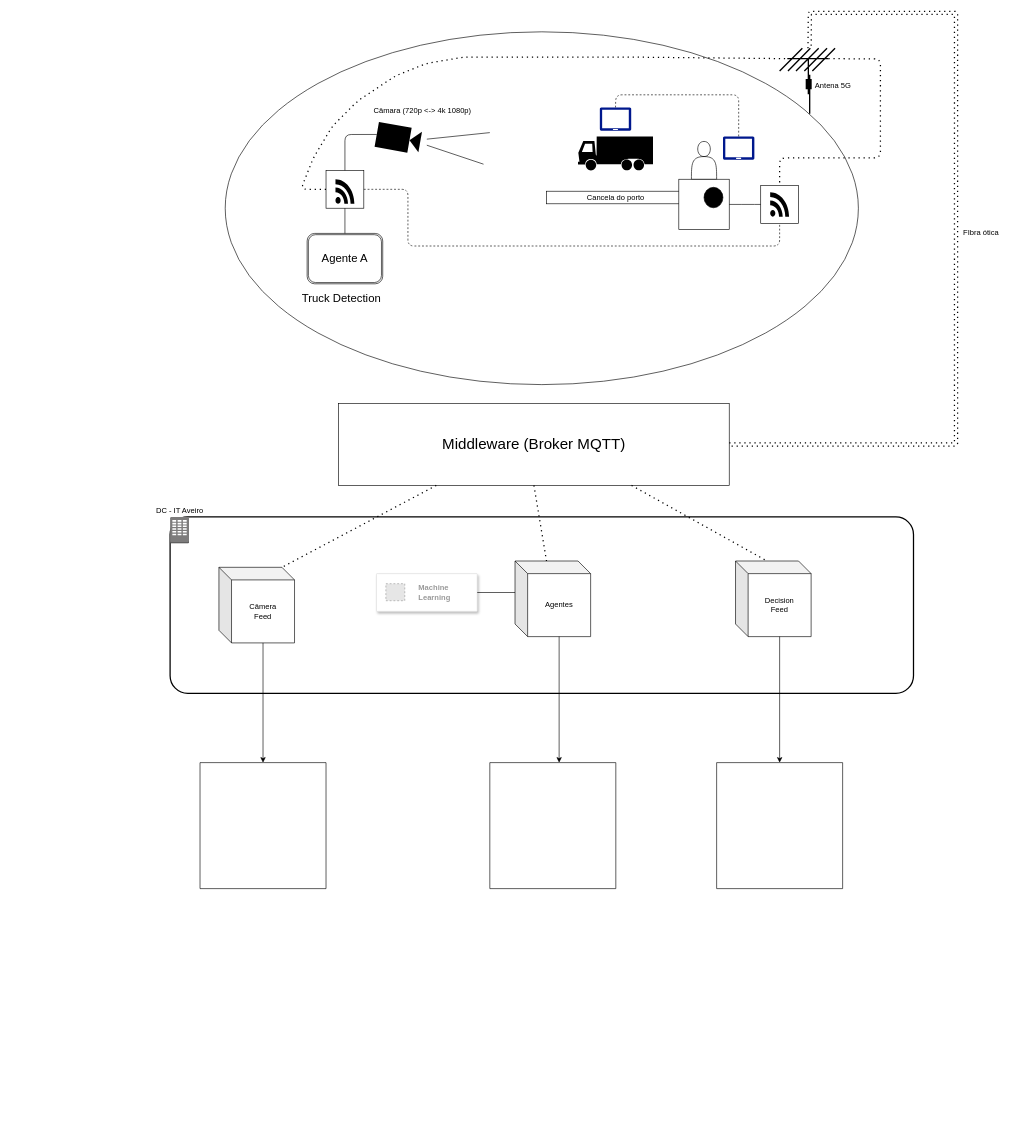
Earlier version of the draw.io diagram arquitetura_skecth2.drawio (PEI-HAZARDS/IntelligentLogistics). Source tidied: cells renumbered, new cells numbered last; positions are measured from the earlier drawing's top-left corner, leaving out a move shared by most shapes. Both pictures are drawn from the tidied source at 63%, with x=0, y=0 at pixel (151, 13). Pictures stored in the file or linked from it are replaced by grey dashed boxes.
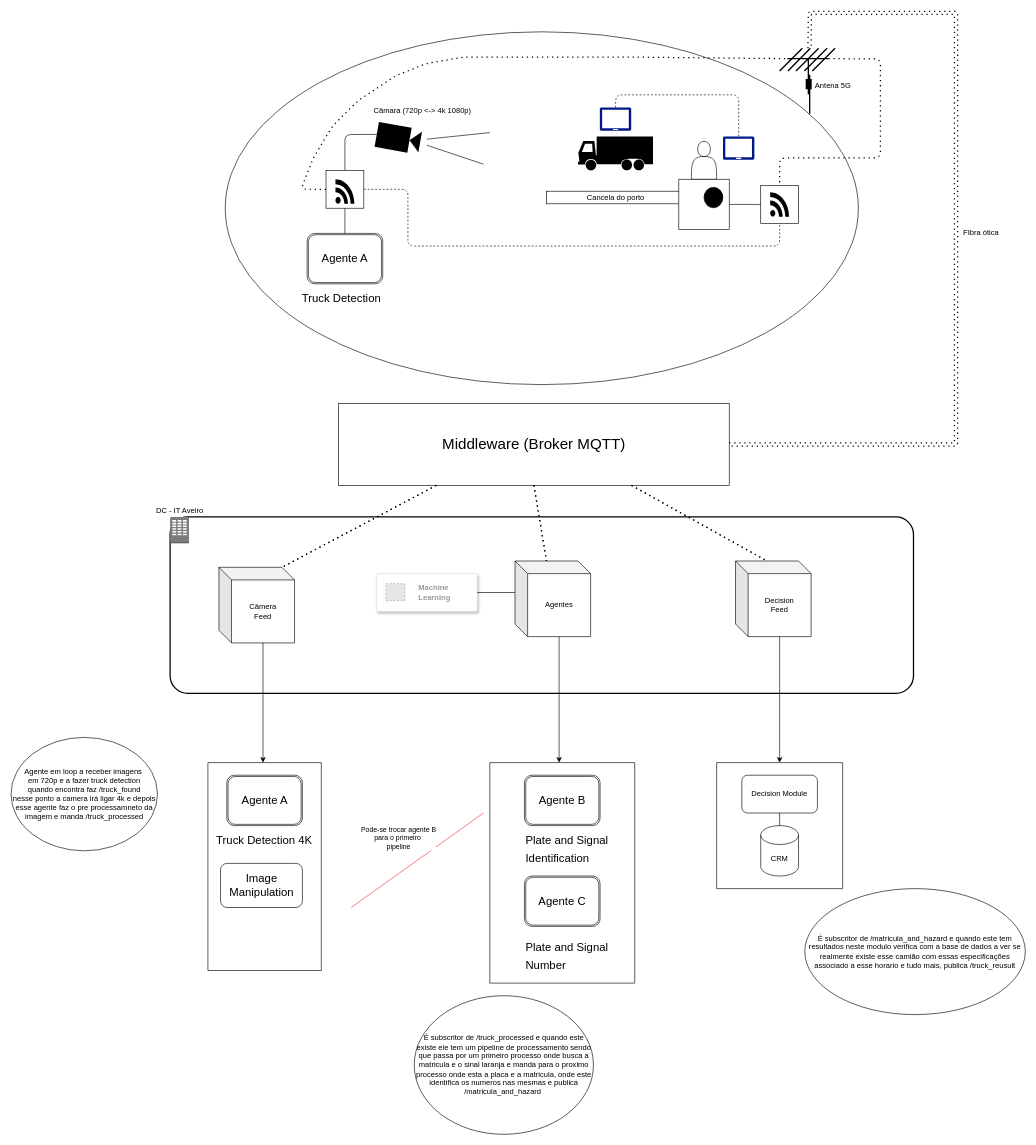
The same page after the edit.

Unchanged cells that the change refers to:
```xml
<mxCell id="32" value="&lt;font style=&quot;font-size: 24px;&quot;&gt;Middleware (Broker MQTT)&lt;/font&gt;" style="rounded=0;whiteSpace=wrap;html=1;" parent="1" vertex="1">
  <mxGeometry x="298" y="620" width="620" height="130" as="geometry" />
</mxCell>
```

The edit, as a diff of the source:
```diff
@@
-    <mxCell id="22" style="rounded=1;arcSize=10;dashed=0;fillColor=none;gradientColor=none;strokeWidth=2;" parent="1" vertex="1">
-      <mxGeometry x="30.5" y="800" width="1180" height="280" as="geometry" />
-    </mxCell>
-    <mxCell id="23" style="dashed=0;html=1;shape=mxgraph.aws3.corporate_data_center;fillColor=#7D7C7C;gradientColor=none;dashed=0;" parent="1" vertex="1">
-      <mxGeometry x="30.5" y="800" width="30" height="42" as="geometry" />
-    </mxCell>
-    <mxCell id="24" value="DC - IT Aveiro" style="text;html=1;align=center;verticalAlign=middle;whiteSpace=wrap;rounded=0;" parent="1" vertex="1">
-      <mxGeometry x="0.5" y="780" width="90" height="20" as="geometry" />
-    </mxCell>
@@
-    <mxCell id="26" value="Câmera&lt;div&gt;Feed&lt;/div&gt;" style="shape=cube;whiteSpace=wrap;html=1;boundedLbl=1;backgroundOutline=1;darkOpacity=0.05;darkOpacity2=0.1;" parent="1" vertex="1">
-      <mxGeometry x="108" y="880" width="120" height="120" as="geometry" />
-    </mxCell>
-    <mxCell id="27" value="Agentes" style="shape=cube;whiteSpace=wrap;html=1;boundedLbl=1;backgroundOutline=1;darkOpacity=0.05;darkOpacity2=0.1;" parent="1" vertex="1">
-      <mxGeometry x="578" y="870" width="120" height="120" as="geometry" />
-    </mxCell>
-    <mxCell id="28" value="Decision&lt;div&gt;Feed&lt;/div&gt;" style="shape=cube;whiteSpace=wrap;html=1;boundedLbl=1;backgroundOutline=1;darkOpacity=0.05;darkOpacity2=0.1;" parent="1" vertex="1">
-      <mxGeometry x="928" y="870" width="120" height="120" as="geometry" />
-    </mxCell>
@@
-    <mxCell id="33" style="endArrow=none;dashed=1;html=1;dashPattern=1 3;strokeWidth=2;exitX=0.25;exitY=1;exitDx=0;exitDy=0;entryX=0;entryY=0;entryDx=100;entryDy=0;entryPerimeter=0;" parent="1" edge="1" source="32" target="26">
-      <mxGeometry relative="1" as="geometry" />
+    <mxCell id="33" style="endArrow=none;dashed=1;html=1;dashPattern=1 3;strokeWidth=2;exitX=0.25;exitY=1;exitDx=0;exitDy=0;entryX=0;entryY=0;entryDx=100;entryDy=0;entryPerimeter=0;" parent="1" edge="1" source="32">
+      <mxGeometry relative="1" as="geometry">
+        <mxPoint x="208" y="880" as="targetPoint" />
+      </mxGeometry>
     </mxCell>
-    <mxCell id="34" style="endArrow=none;dashed=1;html=1;dashPattern=1 3;strokeWidth=2;exitX=0.5;exitY=1;exitDx=0;exitDy=0;entryX=0;entryY=0;entryDx=50.00000000000001;entryDy=0;entryPerimeter=0;" parent="1" edge="1" source="32" target="27">
-      <mxGeometry relative="1" as="geometry" />
+    <mxCell id="34" style="endArrow=none;dashed=1;html=1;dashPattern=1 3;strokeWidth=2;exitX=0.5;exitY=1;exitDx=0;exitDy=0;entryX=0;entryY=0;entryDx=50.00000000000001;entryDy=0;entryPerimeter=0;" parent="1" edge="1" source="32">
+      <mxGeometry relative="1" as="geometry">
+        <mxPoint x="628" y="870" as="targetPoint" />
+      </mxGeometry>
     </mxCell>
-    <mxCell id="35" style="strokeColor=#dddddd;shadow=1;strokeWidth=1;rounded=1;absoluteArcSize=1;arcSize=2;" parent="1" vertex="1">
-      <mxGeometry x="358" y="890" width="160" height="60" as="geometry" />
-    </mxCell>
-    <mxCell id="36" value="&lt;b&gt;Machine&amp;nbsp;&lt;/b&gt;&lt;div&gt;&lt;b&gt;Learning&lt;/b&gt;&lt;/div&gt;" style="fillColor=#E6E6E6;strokeColor=#999999;dashed=1;html=1;fontColor=#999999;verticalLabelPosition=middle;verticalAlign=middle;labelPosition=right;align=left;spacingLeft=20;" parent="35" vertex="1">
-      <mxGeometry width="30" height="27" relative="1" as="geometry">
-        <mxPoint x="15" y="16" as="offset" />
-      </mxGeometry>
-    </mxCell>
-    <mxCell id="37" style="endArrow=none;html=1;entryX=0;entryY=0;entryDx=0;entryDy=50;entryPerimeter=0;exitX=1;exitY=0.5;exitDx=0;exitDy=0;" parent="1" edge="1" source="35" target="27">
-      <mxGeometry relative="1" as="geometry" />
-    </mxCell>
-    <mxCell id="38" style="endArrow=none;dashed=1;html=1;dashPattern=1 3;strokeWidth=2;exitX=0.75;exitY=1;exitDx=0;exitDy=0;entryX=0;entryY=0;entryDx=50;entryDy=0;entryPerimeter=0;" parent="1" edge="1" source="32" target="28">
-      <mxGeometry relative="1" as="geometry" />
+    <mxCell id="38" style="endArrow=none;dashed=1;html=1;dashPattern=1 3;strokeWidth=2;exitX=0.75;exitY=1;exitDx=0;exitDy=0;entryX=0;entryY=0;entryDx=50;entryDy=0;entryPerimeter=0;" parent="1" edge="1" source="32">
+      <mxGeometry relative="1" as="geometry">
+        <mxPoint x="978" y="870" as="targetPoint" />
+      </mxGeometry>
     </mxCell>
@@
-    <mxCell id="40" style="endArrow=classic;html=1;exitX=0;exitY=0;exitDx=70;exitDy=120.00000000000001;exitPerimeter=0;" parent="1" edge="1" source="27">
-      <mxGeometry relative="1" as="geometry">
-        <mxPoint x="648" y="1190" as="targetPoint" />
-      </mxGeometry>
-    </mxCell>
-    <mxCell id="41" style="endArrow=classic;html=1;exitX=0;exitY=0;exitDx=70;exitDy=120.00000000000001;exitPerimeter=0;" parent="1" edge="1" source="26">
-      <mxGeometry relative="1" as="geometry">
-        <mxPoint x="178" y="1190" as="targetPoint" />
-      </mxGeometry>
-    </mxCell>
-    <mxCell id="42" style="endArrow=classic;html=1;exitX=0;exitY=0;exitDx=70;exitDy=120.00000000000001;exitPerimeter=0;" parent="1" edge="1" source="28">
-      <mxGeometry relative="1" as="geometry">
-        <mxPoint x="998" y="1190" as="targetPoint" />
-      </mxGeometry>
-    </mxCell>
@@
-    <mxCell id="47" style="swimlane;startSize=0;" parent="1" vertex="1">
-      <mxGeometry x="78" y="1190" width="200" height="200" as="geometry" />
-    </mxCell>
-    <mxCell id="48" style="swimlane;startSize=0;" parent="1" vertex="1">
-      <mxGeometry x="538" y="1190" width="200" height="200" as="geometry" />
-    </mxCell>
-    <mxCell id="49" style="swimlane;startSize=0;" parent="1" vertex="1">
-      <mxGeometry x="898" y="1190" width="200" height="200" as="geometry" />
+    <mxCell id="49" style="rounded=1;arcSize=10;dashed=0;fillColor=none;gradientColor=none;strokeWidth=2;" parent="1" vertex="1">
+      <mxGeometry x="30.5" y="800" width="1180" height="280" as="geometry" />
     </mxCell>
+    <mxCell id="23" style="dashed=0;html=1;shape=mxgraph.aws3.corporate_data_center;fillColor=#7D7C7C;gradientColor=none;dashed=0;" parent="1" vertex="1">
+      <mxGeometry x="30.5" y="800" width="30" height="42" as="geometry" />
+    </mxCell>
+    <mxCell id="24" value="DC - IT Aveiro" style="text;html=1;align=center;verticalAlign=middle;whiteSpace=wrap;rounded=0;" parent="1" vertex="1">
+      <mxGeometry x="0.5" y="780" width="90" height="20" as="geometry" />
+    </mxCell>
+    <mxCell id="26" value="Câmera&lt;div&gt;Feed&lt;/div&gt;" style="shape=cube;whiteSpace=wrap;html=1;boundedLbl=1;backgroundOutline=1;darkOpacity=0.05;darkOpacity2=0.1;" parent="1" vertex="1">
+      <mxGeometry x="108" y="880" width="120" height="120" as="geometry" />
+    </mxCell>
+    <mxCell id="27" value="Agentes" style="shape=cube;whiteSpace=wrap;html=1;boundedLbl=1;backgroundOutline=1;darkOpacity=0.05;darkOpacity2=0.1;" parent="1" vertex="1">
+      <mxGeometry x="578" y="870" width="120" height="120" as="geometry" />
+    </mxCell>
+    <mxCell id="28" value="Decision&lt;div&gt;Feed&lt;/div&gt;" style="shape=cube;whiteSpace=wrap;html=1;boundedLbl=1;backgroundOutline=1;darkOpacity=0.05;darkOpacity2=0.1;" parent="1" vertex="1">
+      <mxGeometry x="928" y="870" width="120" height="120" as="geometry" />
+    </mxCell>
+    <mxCell id="50" style="endArrow=none;dashed=1;html=1;dashPattern=1 3;strokeWidth=2;exitX=0.25;exitY=1;exitDx=0;exitDy=0;entryX=0;entryY=0;entryDx=100;entryDy=0;entryPerimeter=0;" parent="1" edge="1" target="26">
+      <mxGeometry relative="1" as="geometry">
+        <mxPoint x="453" y="750" as="sourcePoint" />
+      </mxGeometry>
+    </mxCell>
+    <mxCell id="51" style="endArrow=none;dashed=1;html=1;dashPattern=1 3;strokeWidth=2;exitX=0.5;exitY=1;exitDx=0;exitDy=0;entryX=0;entryY=0;entryDx=50.00000000000001;entryDy=0;entryPerimeter=0;" parent="1" edge="1" target="27">
+      <mxGeometry relative="1" as="geometry">
+        <mxPoint x="608" y="750" as="sourcePoint" />
+      </mxGeometry>
+    </mxCell>
+    <mxCell id="35" style="strokeColor=#dddddd;shadow=1;strokeWidth=1;rounded=1;absoluteArcSize=1;arcSize=2;" parent="1" vertex="1">
+      <mxGeometry x="358" y="890" width="160" height="60" as="geometry" />
+    </mxCell>
+    <mxCell id="36" value="&lt;b&gt;Machine&amp;nbsp;&lt;/b&gt;&lt;div&gt;&lt;b&gt;Learning&lt;/b&gt;&lt;/div&gt;" style="fillColor=#E6E6E6;strokeColor=#999999;dashed=1;html=1;fontColor=#999999;verticalLabelPosition=middle;verticalAlign=middle;labelPosition=right;align=left;spacingLeft=20;" parent="35" vertex="1">
+      <mxGeometry width="30" height="27" relative="1" as="geometry">
+        <mxPoint x="15" y="16" as="offset" />
+      </mxGeometry>
+    </mxCell>
+    <mxCell id="37" style="endArrow=none;html=1;entryX=0;entryY=0;entryDx=0;entryDy=50;entryPerimeter=0;exitX=1;exitY=0.5;exitDx=0;exitDy=0;" parent="1" edge="1" source="35" target="27">
+      <mxGeometry relative="1" as="geometry" />
+    </mxCell>
+    <mxCell id="52" style="endArrow=none;dashed=1;html=1;dashPattern=1 3;strokeWidth=2;exitX=0.75;exitY=1;exitDx=0;exitDy=0;entryX=0;entryY=0;entryDx=50;entryDy=0;entryPerimeter=0;" parent="1" edge="1" target="28">
+      <mxGeometry relative="1" as="geometry">
+        <mxPoint x="763" y="750" as="sourcePoint" />
+      </mxGeometry>
+    </mxCell>
+    <mxCell id="53" style="endArrow=classic;html=1;exitX=0;exitY=0;exitDx=70;exitDy=120.00000000000001;exitPerimeter=0;" parent="1" edge="1" source="27">
+      <mxGeometry relative="1" as="geometry">
+        <mxPoint x="648" y="1190" as="targetPoint" />
+      </mxGeometry>
+    </mxCell>
+    <mxCell id="54" style="endArrow=classic;html=1;exitX=0;exitY=0;exitDx=70;exitDy=120.00000000000001;exitPerimeter=0;" parent="1" edge="1" source="26">
+      <mxGeometry relative="1" as="geometry">
+        <mxPoint x="178" y="1190" as="targetPoint" />
+      </mxGeometry>
+    </mxCell>
+    <mxCell id="55" style="endArrow=classic;html=1;exitX=0;exitY=0;exitDx=70;exitDy=120.00000000000001;exitPerimeter=0;" parent="1" edge="1" source="28">
+      <mxGeometry relative="1" as="geometry">
+        <mxPoint x="998" y="1190" as="targetPoint" />
+      </mxGeometry>
+    </mxCell>
+    <mxCell id="56" style="swimlane;startSize=0;" parent="1" vertex="1">
+      <mxGeometry x="90.5" y="1190" width="180" height="330" as="geometry" />
+    </mxCell>
+    <mxCell id="57" value="&lt;font style=&quot;font-size: 18px;&quot;&gt;Agente A&lt;/font&gt;" style="shape=ext;double=1;rounded=1;whiteSpace=wrap;html=1;" parent="56" vertex="1">
+      <mxGeometry x="30" y="20" width="120" height="80" as="geometry" />
+    </mxCell>
+    <mxCell id="58" value="&lt;h1 style=&quot;margin-top: 0px;&quot;&gt;&lt;span style=&quot;font-weight: 400;&quot;&gt;&lt;font style=&quot;font-size: 18px;&quot;&gt;Truck Detection 4K&lt;/font&gt;&lt;/span&gt;&lt;/h1&gt;" style="text;html=1;whiteSpace=wrap;overflow=hidden;rounded=0;" parent="56" vertex="1">
+      <mxGeometry x="11.2" y="100" width="157.5" height="40" as="geometry" />
+    </mxCell>
+    <mxCell id="59" value="&lt;span style=&quot;font-size: 18px;&quot;&gt;Image Manipulation&lt;/span&gt;" style="rounded=1;whiteSpace=wrap;html=1;" parent="56" vertex="1">
+      <mxGeometry x="20" y="160" width="130" height="70" as="geometry" />
+    </mxCell>
+    <mxCell id="60" style="swimlane;startSize=0;" parent="1" vertex="1">
+      <mxGeometry x="538" y="1190" width="230" height="350" as="geometry" />
+    </mxCell>
+    <mxCell id="61" value="&lt;font style=&quot;font-size: 18px;&quot;&gt;Agente C&lt;/font&gt;" style="shape=ext;double=1;rounded=1;whiteSpace=wrap;html=1;" parent="60" vertex="1">
+      <mxGeometry x="55" y="180" width="120" height="80" as="geometry" />
+    </mxCell>
+    <mxCell id="62" value="&lt;h1 style=&quot;margin-top: 0px;&quot;&gt;&lt;span style=&quot;font-size: 18px; font-weight: 400;&quot;&gt;Plate and Signal Number&amp;nbsp;&lt;/span&gt;&lt;/h1&gt;" style="text;html=1;whiteSpace=wrap;overflow=hidden;rounded=0;" parent="60" vertex="1">
+      <mxGeometry x="55" y="270" width="160" height="70" as="geometry" />
+    </mxCell>
+    <mxCell id="63" value="&lt;font style=&quot;font-size: 18px;&quot;&gt;Agente B&lt;/font&gt;" style="shape=ext;double=1;rounded=1;whiteSpace=wrap;html=1;" parent="60" vertex="1">
+      <mxGeometry x="55" y="20" width="120" height="80" as="geometry" />
+    </mxCell>
+    <mxCell id="64" value="&lt;h1 style=&quot;margin-top: 0px;&quot;&gt;&lt;span style=&quot;font-size: 18px; font-weight: 400;&quot;&gt;Plate and Signal Identification&lt;/span&gt;&lt;/h1&gt;" style="text;html=1;whiteSpace=wrap;overflow=hidden;rounded=0;" parent="60" vertex="1">
+      <mxGeometry x="55" y="100" width="160" height="70" as="geometry" />
+    </mxCell>
+    <mxCell id="65" style="swimlane;startSize=0;" parent="1" vertex="1">
+      <mxGeometry x="898" y="1190" width="200" height="200" as="geometry" />
+    </mxCell>
+    <mxCell id="66" value="Decision Module" style="rounded=1;whiteSpace=wrap;html=1;" parent="65" vertex="1">
+      <mxGeometry x="40" y="20" width="120" height="60" as="geometry" />
+    </mxCell>
+    <mxCell id="67" value="CRM" style="shape=cylinder3;whiteSpace=wrap;html=1;boundedLbl=1;backgroundOutline=1;size=15;" parent="65" vertex="1">
+      <mxGeometry x="70" y="100" width="60" height="80" as="geometry" />
+    </mxCell>
+    <mxCell id="68" style="endArrow=none;html=1;entryX=0.5;entryY=1;entryDx=0;entryDy=0;exitX=0.5;exitY=0;exitDx=0;exitDy=0;exitPerimeter=0;" parent="65" edge="1" source="67" target="66">
+      <mxGeometry relative="1" as="geometry" />
+    </mxCell>
+    <mxCell id="69" value="Agente em loop a receber imagens&amp;nbsp;&lt;div&gt;em 720p e a fazer truck detection&lt;/div&gt;&lt;div&gt;quando encontra faz /truck_found&lt;/div&gt;&lt;div&gt;nesse ponto a camera irá ligar 4k e depois esse agente faz o pre processamneto da imagem e manda /truck_processed&lt;/div&gt;" style="ellipse;whiteSpace=wrap;html=1;" parent="1" vertex="1">
+      <mxGeometry x="-222" y="1150" width="232.5" height="180" as="geometry" />
+    </mxCell>
+    <mxCell id="70" value="É subscritor de /truck_processed e quando este existe ele tem um pipeline de processamento sendo que passa por um primeiro processo onde busca a matricula e o sinal laranja e manda para o proximo processo onde esta a placa e a matricula, onde este identifica os numeros nas mesmas e publica /matricula_and_hazard&amp;nbsp;" style="ellipse;whiteSpace=wrap;html=1;" parent="1" vertex="1">
+      <mxGeometry x="418" y="1560" width="284.5" height="220" as="geometry" />
+    </mxCell>
+    <mxCell id="71" value="É subscritor de /matricula_and_hazard e quando este tem resultados neste modulo verifica com a base de dados a ver se realmente existe esse camião com essas especificações associado a esse horario e tudo mais, publica /truck_reusult" style="ellipse;whiteSpace=wrap;html=1;" parent="1" vertex="1">
+      <mxGeometry x="1038" y="1390" width="350" height="200" as="geometry" />
+    </mxCell>
+    <mxCell id="72" style="endArrow=none;html=1;color=RED;fillColor=#FF6666;strokeColor=#FF3333;" parent="1" edge="1">
+      <mxGeometry relative="1" as="geometry">
+        <mxPoint x="318" y="1420" as="sourcePoint" />
+        <mxPoint x="528" y="1270" as="targetPoint" />
+      </mxGeometry>
+    </mxCell>
+    <mxCell id="73" value="Pode-se trocar agente B&lt;div&gt;para o primeiro&amp;nbsp;&lt;/div&gt;&lt;div&gt;pipeline&lt;/div&gt;" style="edgeLabel;html=1;align=center;verticalAlign=middle;" parent="72" vertex="1">
+      <mxGeometry x="0.15" y="-6" relative="1" as="geometry">
+        <mxPoint x="-49" y="-29" as="offset" />
+      </mxGeometry>
+    </mxCell>
```
